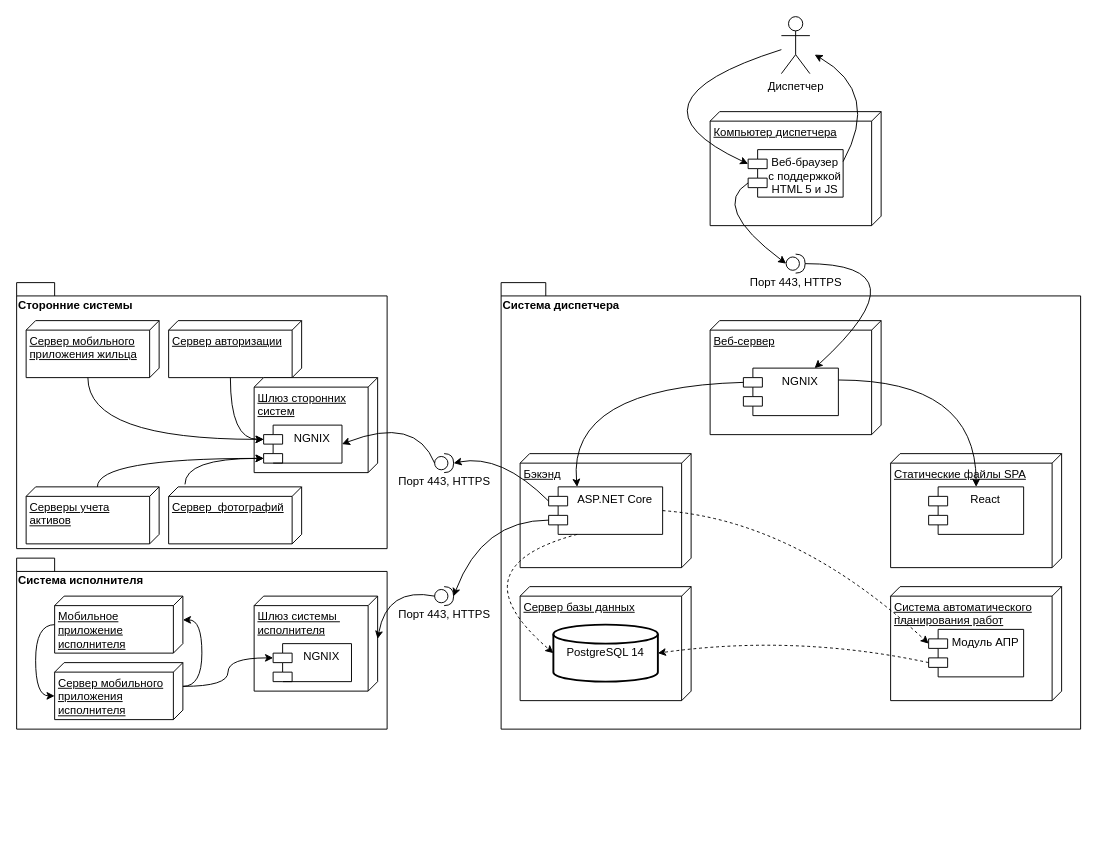
The draw.io diagram deployment.drawio in iamquoz/essen, before the edit. Source tidied: cells renumbered, new cells numbered last; positions are measured from the earlier drawing's top-left corner, leaving out a move shared by most shapes. Both pictures are drawn from the tidied source at 95%, with x=0, y=0 at pixel (16, 16).
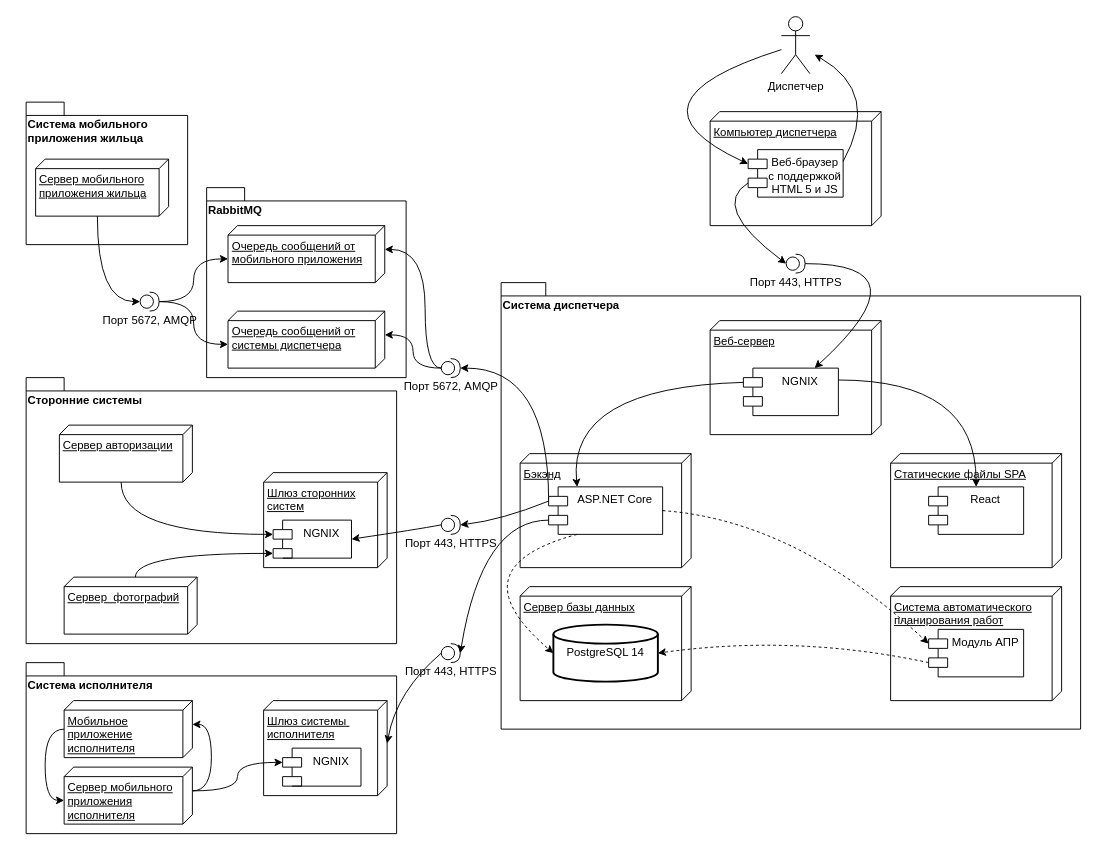
After the change.

The change refers to these unchanged cells:
```xml
<mxCell id="13" value="ASP.NET Core" style="shape=module;align=left;spacingLeft=20;align=center;verticalAlign=top;" parent="1" vertex="1">
  <mxGeometry x="560" y="495" width="120" height="50" as="geometry" />
</mxCell>
```

Change to the diagram source:
```diff
@@
+    <mxCell id="51" value="Система мобильного&lt;br&gt;приложения жильца" style="shape=folder;fontStyle=1;spacingTop=10;tabWidth=40;tabHeight=14;tabPosition=left;html=1;verticalAlign=top;align=left;" parent="1" vertex="1">
+      <mxGeometry x="10" y="90" width="170" height="150" as="geometry" />
+    </mxCell>
@@
     <mxCell id="3" value="Сторонние системы" style="shape=folder;fontStyle=1;spacingTop=10;tabWidth=40;tabHeight=14;tabPosition=left;html=1;verticalAlign=top;align=left;" parent="1" vertex="1">
-      <mxGeometry y="280" width="390" height="280" as="geometry" />
+      <mxGeometry x="10" y="380" width="390" height="280" as="geometry" />
     </mxCell>
-    <mxCell id="4" value="Сервер мобильного &lt;br&gt;приложения жильца" style="verticalAlign=top;align=left;spacingTop=8;spacingLeft=2;spacingRight=12;shape=cube;size=10;direction=south;fontStyle=4;html=1;" parent="1" vertex="1">
-      <mxGeometry x="10" y="320" width="140" height="60" as="geometry" />
-    </mxCell>
     <mxCell id="5" value="Сервер авторизации" style="verticalAlign=top;align=left;spacingTop=8;spacingLeft=2;spacingRight=12;shape=cube;size=10;direction=south;fontStyle=4;html=1;" parent="1" vertex="1">
-      <mxGeometry x="160" y="320" width="140" height="60" as="geometry" />
+      <mxGeometry x="45" y="430" width="140" height="60" as="geometry" />
     </mxCell>
-    <mxCell id="6" value="Серверы учета&lt;br&gt;активов" style="verticalAlign=top;align=left;spacingTop=8;spacingLeft=2;spacingRight=12;shape=cube;size=10;direction=south;fontStyle=4;html=1;" parent="1" vertex="1">
-      <mxGeometry x="10" y="495" width="140" height="60" as="geometry" />
-    </mxCell>
@@
+    <mxCell id="52" style="edgeStyle=orthogonalEdgeStyle;jettySize=auto;html=1;exitX=0;exitY=0;exitDx=0;exitDy=15;exitPerimeter=0;entryX=1;entryY=0.5;entryDx=0;entryDy=0;entryPerimeter=0;curved=1;" parent="1" edge="1" source="13" target="59">
+      <mxGeometry relative="1" as="geometry">
+        <Array as="points">
+          <mxPoint x="560" y="370" />
+        </Array>
+      </mxGeometry>
+    </mxCell>
@@
     <mxCell id="19" value="Сервер&amp;nbsp; фотографий" style="verticalAlign=top;align=left;spacingTop=8;spacingLeft=2;spacingRight=12;shape=cube;size=10;direction=south;fontStyle=4;html=1;" parent="1" vertex="1">
-      <mxGeometry x="160" y="495" width="140" height="60" as="geometry" />
+      <mxGeometry x="50" y="590" width="140" height="60" as="geometry" />
     </mxCell>
@@
     <mxCell id="31" value="Система исполнителя" style="shape=folder;fontStyle=1;spacingTop=10;tabWidth=40;tabHeight=14;tabPosition=left;html=1;verticalAlign=top;align=left;" parent="1" vertex="1">
-      <mxGeometry y="570" width="390" height="180" as="geometry" />
+      <mxGeometry x="10" y="680" width="390" height="180" as="geometry" />
     </mxCell>
     <mxCell id="32" style="edgeStyle=orthogonalEdgeStyle;curved=1;jettySize=auto;html=1;entryX=0;entryY=0;entryDx=35;entryDy=135;entryPerimeter=0;" parent="1" edge="1" source="33" target="35">
       <mxGeometry relative="1" as="geometry">
         <Array as="points">
-          <mxPoint x="20" y="640" />
-          <mxPoint x="20" y="715" />
+          <mxPoint x="30" y="750" />
+          <mxPoint x="30" y="825" />
         </Array>
       </mxGeometry>
     </mxCell>
     <mxCell id="33" value="Мобильное &lt;br&gt;приложение&lt;br&gt;исполнителя" style="verticalAlign=top;align=left;spacingTop=8;spacingLeft=2;spacingRight=12;shape=cube;size=10;direction=south;fontStyle=4;html=1;" parent="1" vertex="1">
-      <mxGeometry x="40" y="610" width="135" height="60" as="geometry" />
+      <mxGeometry x="50" y="720" width="135" height="60" as="geometry" />
     </mxCell>
@@
     <mxCell id="35" value="Сервер мобильного &lt;br&gt;приложения &lt;br&gt;исполнителя" style="verticalAlign=top;align=left;spacingTop=8;spacingLeft=2;spacingRight=12;shape=cube;size=10;direction=south;fontStyle=4;html=1;" parent="1" vertex="1">
-      <mxGeometry x="40" y="680" width="135" height="60" as="geometry" />
+      <mxGeometry x="50" y="790" width="135" height="60" as="geometry" />
     </mxCell>
@@
     <mxCell id="37" value="Шлюз сторонних &lt;br&gt;систем" style="verticalAlign=top;align=left;spacingTop=8;spacingLeft=2;spacingRight=12;shape=cube;size=10;direction=south;fontStyle=4;html=1;" parent="1" vertex="1">
-      <mxGeometry x="250" y="380" width="130" height="100" as="geometry" />
+      <mxGeometry x="260" y="480" width="130" height="100" as="geometry" />
     </mxCell>
-    <mxCell id="38" style="edgeStyle=orthogonalEdgeStyle;jettySize=auto;html=1;curved=1;entryX=0;entryY=0;entryDx=0;entryDy=15;entryPerimeter=0;exitX=0;exitY=0;exitDx=60;exitDy=75;exitPerimeter=0;" parent="1" edge="1" source="4" target="41">
-      <mxGeometry relative="1" as="geometry" />
-    </mxCell>
@@
-    <mxCell id="40" style="edgeStyle=orthogonalEdgeStyle;curved=1;jettySize=auto;html=1;exitX=-0.044;exitY=0.877;exitDx=0;exitDy=0;exitPerimeter=0;entryX=0;entryY=0;entryDx=0;entryDy=35;entryPerimeter=0;" parent="1" edge="1" source="19" target="41">
-      <mxGeometry relative="1" as="geometry" />
-    </mxCell>
     <mxCell id="41" value="NGNIX" style="shape=module;align=left;spacingLeft=20;align=center;verticalAlign=top;" parent="1" vertex="1">
-      <mxGeometry x="260" y="430" width="82.5" height="40" as="geometry" />
+      <mxGeometry x="270" y="530" width="82.5" height="40" as="geometry" />
     </mxCell>
-    <mxCell id="42" style="edgeStyle=orthogonalEdgeStyle;curved=1;jettySize=auto;html=1;exitX=0;exitY=0;exitDx=0;exitDy=65;exitPerimeter=0;entryX=0;entryY=0;entryDx=0;entryDy=35;entryPerimeter=0;" parent="1" edge="1" source="6" target="41">
-      <mxGeometry relative="1" as="geometry" />
-    </mxCell>
     <mxCell id="43" value="Порт 443, HTTPS" style="shape=providedRequiredInterface;html=1;verticalLabelPosition=bottom;sketch=0;" parent="1" vertex="1">
-      <mxGeometry x="440" y="460" width="20" height="20" as="geometry" />
+      <mxGeometry x="447" y="525" width="20" height="20" as="geometry" />
     </mxCell>
     <mxCell id="44" style="curved=1;endArrow=classic;html=1;exitX=0;exitY=0;exitDx=0;exitDy=15;exitPerimeter=0;entryX=1;entryY=0.5;entryDx=0;entryDy=0;entryPerimeter=0;" parent="1" edge="1" source="13" target="43">
       <mxGeometry relative="1" as="geometry">
         <Array as="points">
-          <mxPoint x="510" y="460" />
+          <mxPoint x="510" y="530" />
         </Array>
       </mxGeometry>
     </mxCell>
     <mxCell id="45" style="curved=1;endArrow=classic;html=1;exitX=0;exitY=0.5;exitDx=0;exitDy=0;exitPerimeter=0;entryX=1;entryY=0.5;entryDx=0;entryDy=0;" parent="1" edge="1" source="43" target="41">
       <mxGeometry relative="1" as="geometry">
         <Array as="points">
-          <mxPoint x="420" y="420" />
+          <mxPoint x="420" y="540" />
         </Array>
       </mxGeometry>
     </mxCell>
     <mxCell id="46" value="Шлюз системы&amp;nbsp;&lt;br&gt;исполнителя" style="verticalAlign=top;align=left;spacingTop=8;spacingLeft=2;spacingRight=12;shape=cube;size=10;direction=south;fontStyle=4;html=1;" parent="1" vertex="1">
-      <mxGeometry x="250" y="610" width="130" height="100" as="geometry" />
+      <mxGeometry x="260" y="720" width="130" height="100" as="geometry" />
     </mxCell>
     <mxCell id="47" value="NGNIX" style="shape=module;align=left;spacingLeft=20;align=center;verticalAlign=top;" parent="1" vertex="1">
-      <mxGeometry x="270" y="660" width="82.5" height="40" as="geometry" />
+      <mxGeometry x="280" y="770" width="82.5" height="40" as="geometry" />
     </mxCell>
     <mxCell id="48" value="Порт 443, HTTPS" style="shape=providedRequiredInterface;html=1;verticalLabelPosition=bottom;sketch=0;" parent="1" vertex="1">
-      <mxGeometry x="440" y="600" width="20" height="20" as="geometry" />
+      <mxGeometry x="447" y="660" width="20" height="20" as="geometry" />
     </mxCell>
     <mxCell id="49" style="curved=1;endArrow=classic;html=1;rounded=0;exitX=0;exitY=0.5;exitDx=0;exitDy=0;exitPerimeter=0;entryX=0;entryY=0;entryDx=45;entryDy=0;entryPerimeter=0;" parent="1" edge="1" source="48" target="46">
       <mxGeometry relative="1" as="geometry">
         <Array as="points">
-          <mxPoint x="390" y="600" />
+          <mxPoint x="400" y="710" />
         </Array>
       </mxGeometry>
     </mxCell>
@@
+    <mxCell id="40" style="edgeStyle=orthogonalEdgeStyle;jettySize=auto;html=1;entryX=0;entryY=0;entryDx=0;entryDy=35;entryPerimeter=0;curved=1;exitX=0;exitY=0;exitDx=0;exitDy=65;exitPerimeter=0;" parent="1" edge="1" source="19" target="41">
+      <mxGeometry relative="1" as="geometry" />
+    </mxCell>
+    <mxCell id="53" value="RabbitMQ" style="shape=folder;fontStyle=1;spacingTop=10;tabWidth=40;tabHeight=14;tabPosition=left;html=1;verticalAlign=top;align=left;" parent="1" vertex="1">
+      <mxGeometry x="200" y="180" width="210" height="200" as="geometry" />
+    </mxCell>
+    <mxCell id="54" value="Очередь сообщений от &lt;br&gt;мобильного приложения" style="verticalAlign=top;align=left;spacingTop=8;spacingLeft=2;spacingRight=12;shape=cube;size=10;direction=south;fontStyle=4;html=1;" parent="1" vertex="1">
+      <mxGeometry x="222.5" y="220" width="165" height="60" as="geometry" />
+    </mxCell>
+    <mxCell id="55" style="edgeStyle=orthogonalEdgeStyle;jettySize=auto;html=1;exitX=1;exitY=0.5;exitDx=0;exitDy=0;exitPerimeter=0;curved=1;entryX=0;entryY=0;entryDx=35;entryDy=165;entryPerimeter=0;" parent="1" edge="1" source="62" target="56">
+      <mxGeometry relative="1" as="geometry" />
+    </mxCell>
+    <mxCell id="56" value="Очередь сообщений от &lt;br&gt;системы диспетчера" style="verticalAlign=top;align=left;spacingTop=8;spacingLeft=2;spacingRight=12;shape=cube;size=10;direction=south;fontStyle=4;html=1;" parent="1" vertex="1">
+      <mxGeometry x="222.5" y="310" width="165" height="60" as="geometry" />
+    </mxCell>
+    <mxCell id="57" style="edgeStyle=orthogonalEdgeStyle;jettySize=auto;html=1;entryX=0;entryY=0;entryDx=25;entryDy=0;entryPerimeter=0;curved=1;" parent="1" edge="1" source="59" target="56">
+      <mxGeometry relative="1" as="geometry" />
+    </mxCell>
+    <mxCell id="58" style="edgeStyle=orthogonalEdgeStyle;jettySize=auto;html=1;curved=1;entryX=0;entryY=0;entryDx=25;entryDy=0;entryPerimeter=0;" parent="1" edge="1" source="59" target="54">
+      <mxGeometry relative="1" as="geometry">
+        <Array as="points">
+          <mxPoint x="430" y="370" />
+          <mxPoint x="430" y="245" />
+        </Array>
+      </mxGeometry>
+    </mxCell>
+    <mxCell id="59" value="Порт 5672, AMQP" style="shape=providedRequiredInterface;html=1;verticalLabelPosition=bottom;sketch=0;" parent="1" vertex="1">
+      <mxGeometry x="447" y="360" width="20" height="20" as="geometry" />
+    </mxCell>
+    <mxCell id="60" style="edgeStyle=orthogonalEdgeStyle;jettySize=auto;html=1;entryX=0;entryY=0;entryDx=35;entryDy=165;entryPerimeter=0;curved=1;exitX=1;exitY=0.5;exitDx=0;exitDy=0;exitPerimeter=0;" parent="1" edge="1" source="62" target="54">
+      <mxGeometry relative="1" as="geometry" />
+    </mxCell>
+    <mxCell id="4" value="Сервер мобильного &lt;br&gt;приложения жильца" style="verticalAlign=top;align=left;spacingTop=8;spacingLeft=2;spacingRight=12;shape=cube;size=10;direction=south;fontStyle=4;html=1;" parent="1" vertex="1">
+      <mxGeometry x="20" y="150" width="140" height="60" as="geometry" />
+    </mxCell>
+    <mxCell id="61" style="edgeStyle=orthogonalEdgeStyle;jettySize=auto;html=1;exitX=0;exitY=0;exitDx=60;exitDy=75;exitPerimeter=0;curved=1;entryX=0;entryY=0.5;entryDx=0;entryDy=0;entryPerimeter=0;" parent="1" edge="1" source="4" target="62">
+      <mxGeometry relative="1" as="geometry" />
+    </mxCell>
+    <mxCell id="62" value="Порт 5672, AMQP" style="shape=providedRequiredInterface;html=1;verticalLabelPosition=bottom;sketch=0;" parent="1" vertex="1">
+      <mxGeometry x="130" y="290" width="20" height="20" as="geometry" />
+    </mxCell>
```
